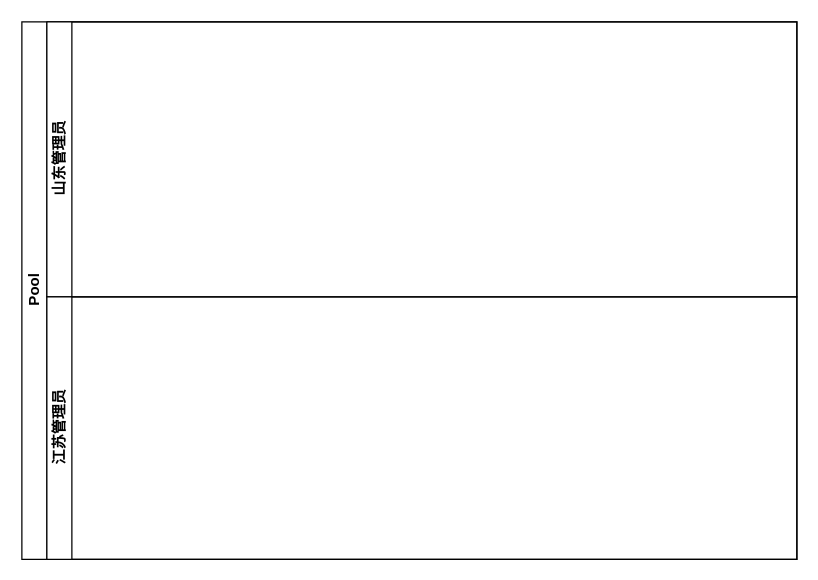
The draw.io diagram 系统功能流程图/外部账号跨区调整.drawio in 158698706/tt4a, before the edit. Source tidied: cells renumbered, new cells numbered last; positions are measured from the earlier drawing's top-left corner, leaving out a move shared by most shapes. Both pictures are drawn from the tidied source at 125%, with x=0, y=0 at pixel (21, 21).
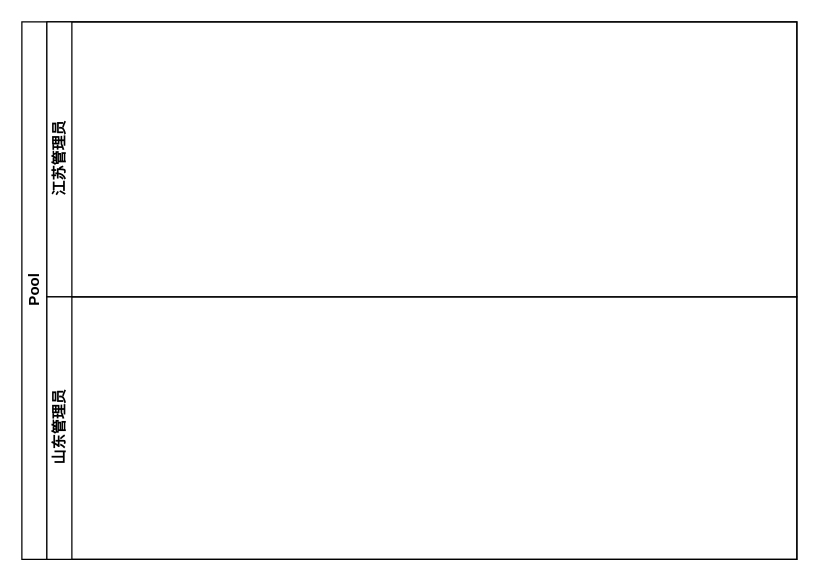
After the change.

Commit message (it also covers changes not shown here):
更新外部账号跨区调整.drawio

Diff of the diagram source:
```diff
@@
 <mxGraphModel>
   <root>
     <mxCell id="0" />
     <mxCell id="1" parent="0" />
     <mxCell id="2" value="Pool" style="swimlane;html=1;horizontal=0;startSize=20;" parent="1" vertex="1">
       <mxGeometry width="620" height="430" as="geometry" />
     </mxCell>
-    <mxCell id="3" value="山东管理员" style="swimlane;html=1;startSize=20;horizontal=0;" parent="2" vertex="1">
+    <mxCell id="3" value="江苏管理员" style="swimlane;html=1;startSize=20;horizontal=0;" parent="2" vertex="1">
       <mxGeometry x="20" width="600" height="220" as="geometry" />
     </mxCell>
-    <mxCell id="4" value="江苏管理员" style="swimlane;html=1;startSize=20;horizontal=0;" parent="2" vertex="1">
+    <mxCell id="4" value="山东管理员" style="swimlane;html=1;startSize=20;horizontal=0;" parent="2" vertex="1">
       <mxGeometry x="20" y="220" width="600" height="210" as="geometry" />
     </mxCell>
   </root>
 </mxGraphModel>
```
